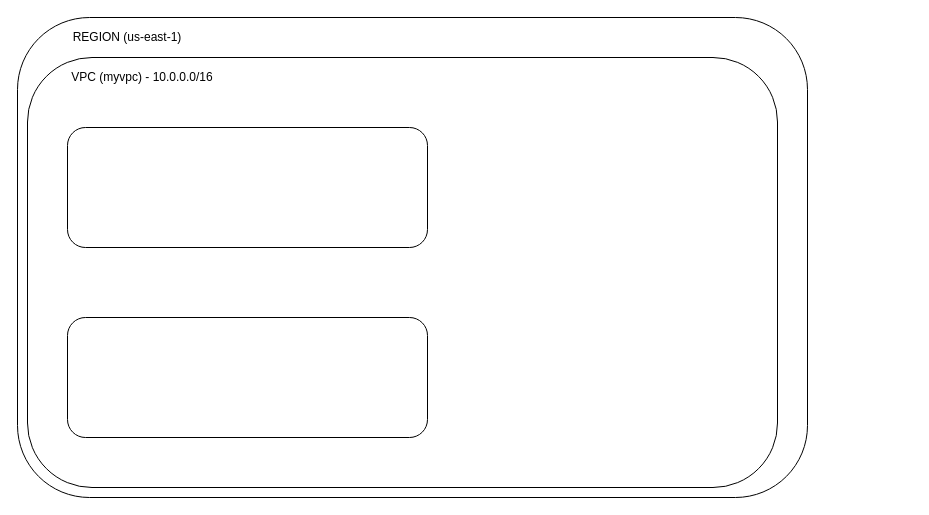
huynhminhchu/cayvkl keeps this draw.io diagram as VPC_Networking.drawio. Above is the earlier version. Source tidied: cells renumbered, new cells numbered last; positions are measured from the earlier drawing's top-left corner, leaving out a move shared by most shapes. Both pictures are drawn from the tidied source at 100%, with x=0, y=0 at pixel (17, 17).
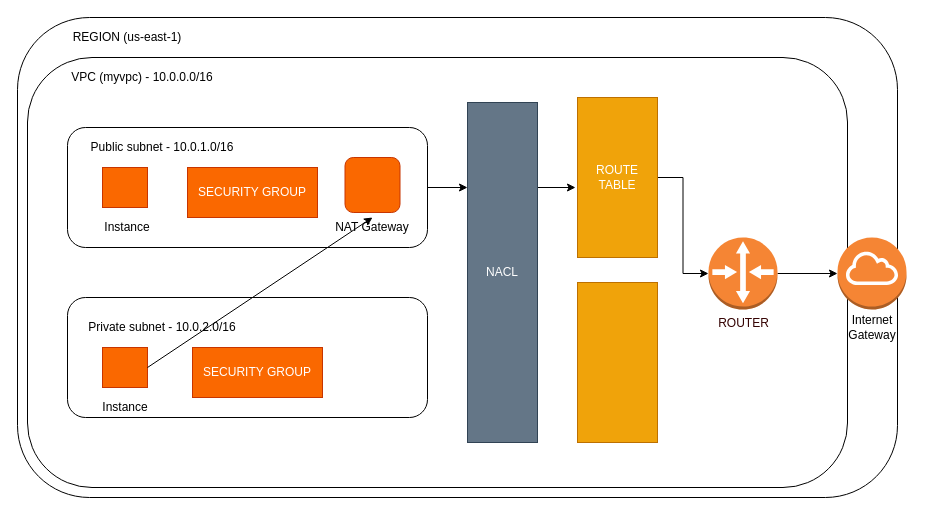
The same diagram, later.

The change refers to these unchanged cells:
```xml
<mxCell id="6" style="rounded=1;whiteSpace=wrap;html=1;" parent="1" vertex="1">
  <mxGeometry x="50" y="110" width="360" height="120" as="geometry" />
</mxCell>
```

Diff of the diagram source:
```diff
@@
     <mxCell id="2" style="rounded=1;whiteSpace=wrap;html=1;" parent="1" vertex="1">
-      <mxGeometry width="790" height="480" as="geometry" />
+      <mxGeometry width="880" height="480" as="geometry" />
     </mxCell>
     <mxCell id="3" style="rounded=1;whiteSpace=wrap;html=1;" parent="1" vertex="1">
-      <mxGeometry x="10" y="40" width="750" height="430" as="geometry" />
+      <mxGeometry x="10" y="40" width="820" height="430" as="geometry" />
     </mxCell>
@@
+    <mxCell id="8" style="edgeStyle=orthogonalEdgeStyle;rounded=0;jettySize=auto;html=1;fontColor=#FFFFFF;entryX=0;entryY=0.25;entryDx=0;entryDy=0;" parent="1" edge="1" source="6" target="20">
+      <mxGeometry relative="1" as="geometry" />
+    </mxCell>
@@
     <mxCell id="7" style="rounded=1;whiteSpace=wrap;html=1;" parent="1" vertex="1">
-      <mxGeometry x="50" y="300" width="360" height="120" as="geometry" />
+      <mxGeometry x="50" y="280" width="360" height="120" as="geometry" />
     </mxCell>
+    <mxCell id="9" value="Public subnet - 10.0.1.0/16" style="text;html=1;strokeColor=none;fillColor=none;align=center;verticalAlign=middle;whiteSpace=wrap;rounded=0;" parent="1" vertex="1">
+      <mxGeometry x="60" y="120" width="170" height="20" as="geometry" />
+    </mxCell>
+    <mxCell id="10" style="rounded=0;whiteSpace=wrap;html=1;fillColor=#fa6800;strokeColor=#C73500;fontColor=#000000;" parent="1" vertex="1">
+      <mxGeometry x="85" y="150" width="45" height="40" as="geometry" />
+    </mxCell>
+    <mxCell id="11" value="Instance" style="text;html=1;strokeColor=none;fillColor=none;align=center;verticalAlign=middle;whiteSpace=wrap;rounded=0;" parent="1" vertex="1">
+      <mxGeometry x="80" y="200" width="60" height="20" as="geometry" />
+    </mxCell>
+    <mxCell id="12" value="SECURITY GROUP" style="rounded=0;whiteSpace=wrap;html=1;fillColor=#fa6800;strokeColor=#C73500;fontColor=#FFFFFF;" parent="1" vertex="1">
+      <mxGeometry x="170" y="150" width="130" height="50" as="geometry" />
+    </mxCell>
+    <mxCell id="13" style="rounded=0;whiteSpace=wrap;html=1;fillColor=#fa6800;strokeColor=#C73500;fontColor=#000000;" parent="1" vertex="1">
+      <mxGeometry x="85" y="330" width="45" height="40" as="geometry" />
+    </mxCell>
+    <mxCell id="14" value="Private subnet - 10.0.2.0/16" style="text;html=1;strokeColor=none;fillColor=none;align=center;verticalAlign=middle;whiteSpace=wrap;rounded=0;" parent="1" vertex="1">
+      <mxGeometry x="60" y="300" width="170" height="20" as="geometry" />
+    </mxCell>
+    <mxCell id="15" value="Instance" style="text;html=1;strokeColor=none;fillColor=none;align=center;verticalAlign=middle;whiteSpace=wrap;rounded=0;" parent="1" vertex="1">
+      <mxGeometry x="77.5" y="380" width="60" height="20" as="geometry" />
+    </mxCell>
+    <mxCell id="16" value="SECURITY GROUP" style="rounded=0;whiteSpace=wrap;html=1;fillColor=#fa6800;strokeColor=#C73500;fontColor=#FFFFFF;" parent="1" vertex="1">
+      <mxGeometry x="175" y="330" width="130" height="50" as="geometry" />
+    </mxCell>
+    <mxCell id="17" style="rounded=1;whiteSpace=wrap;html=1;fontColor=#000000;fillColor=#fa6800;strokeColor=#C73500;" parent="1" vertex="1">
+      <mxGeometry x="327.5" y="140" width="55" height="55" as="geometry" />
+    </mxCell>
+    <mxCell id="18" value="NAT Gateway" style="text;html=1;strokeColor=none;fillColor=none;align=center;verticalAlign=middle;whiteSpace=wrap;rounded=0;" parent="1" vertex="1">
+      <mxGeometry x="315" y="200" width="80" height="20" as="geometry" />
+    </mxCell>
+    <mxCell id="19" style="edgeStyle=orthogonalEdgeStyle;rounded=0;jettySize=auto;html=1;exitX=1;exitY=0.25;exitDx=0;exitDy=0;entryX=-0.025;entryY=0.563;entryDx=0;entryDy=0;entryPerimeter=0;fontColor=#FFFFFF;" parent="1" edge="1" source="20" target="22">
+      <mxGeometry relative="1" as="geometry" />
+    </mxCell>
+    <mxCell id="20" value="NACL" style="rounded=0;whiteSpace=wrap;html=1;fontColor=#ffffff;fillColor=#647687;strokeColor=#314354;" parent="1" vertex="1">
+      <mxGeometry x="450" y="85" width="70" height="340" as="geometry" />
+    </mxCell>
+    <mxCell id="21" style="edgeStyle=orthogonalEdgeStyle;rounded=0;jettySize=auto;html=1;entryX=0;entryY=0.5;entryDx=0;entryDy=0;entryPerimeter=0;fontColor=#FFFFFF;" parent="1" edge="1" source="22" target="26">
+      <mxGeometry relative="1" as="geometry" />
+    </mxCell>
+    <mxCell id="22" value="&lt;font color=&quot;#FFFFFF&quot;&gt;ROUTE TABLE&lt;/font&gt;" style="rounded=0;whiteSpace=wrap;html=1;fontColor=#000000;fillColor=#f0a30a;strokeColor=#BD7000;" parent="1" vertex="1">
+      <mxGeometry x="560" y="80" width="80" height="160" as="geometry" />
+    </mxCell>
+    <mxCell id="23" style="rounded=0;whiteSpace=wrap;html=1;fontColor=#000000;fillColor=#f0a30a;strokeColor=#BD7000;" parent="1" vertex="1">
+      <mxGeometry x="560" y="265" width="80" height="160" as="geometry" />
+    </mxCell>
+    <mxCell id="24" style="endArrow=classic;html=1;fontColor=#FFFFFF;exitX=1;exitY=0.5;exitDx=0;exitDy=0;entryX=0.5;entryY=0;entryDx=0;entryDy=0;" parent="1" edge="1" source="13" target="18">
+      <mxGeometry relative="1" as="geometry" />
+    </mxCell>
+    <mxCell id="25" style="edgeStyle=orthogonalEdgeStyle;rounded=0;jettySize=auto;html=1;entryX=0;entryY=0.5;entryDx=0;entryDy=0;entryPerimeter=0;fontColor=#FFFFFF;" parent="1" edge="1" source="26" target="27">
+      <mxGeometry relative="1" as="geometry" />
+    </mxCell>
+    <mxCell id="26" value="&lt;font color=&quot;#330000&quot;&gt;ROUTER&lt;/font&gt;" style="outlineConnect=0;dashed=0;verticalLabelPosition=bottom;verticalAlign=top;align=center;html=1;shape=mxgraph.aws3.router;fillColor=#F58534;gradientColor=none;fontColor=#FFFFFF;" parent="1" vertex="1">
+      <mxGeometry x="691" y="220" width="69" height="72" as="geometry" />
+    </mxCell>
+    <mxCell id="27" style="outlineConnect=0;dashed=0;verticalLabelPosition=bottom;verticalAlign=top;align=center;html=1;shape=mxgraph.aws3.internet_gateway;fillColor=#F58534;gradientColor=none;fontColor=#FFFFFF;" parent="1" vertex="1">
+      <mxGeometry x="820" y="220" width="69" height="72" as="geometry" />
+    </mxCell>
+    <mxCell id="28" value="Internet Gateway" style="text;html=1;strokeColor=none;fillColor=none;align=center;verticalAlign=middle;whiteSpace=wrap;rounded=0;" parent="1" vertex="1">
+      <mxGeometry x="814.5" y="300" width="80" height="20" as="geometry" />
+    </mxCell>
```
